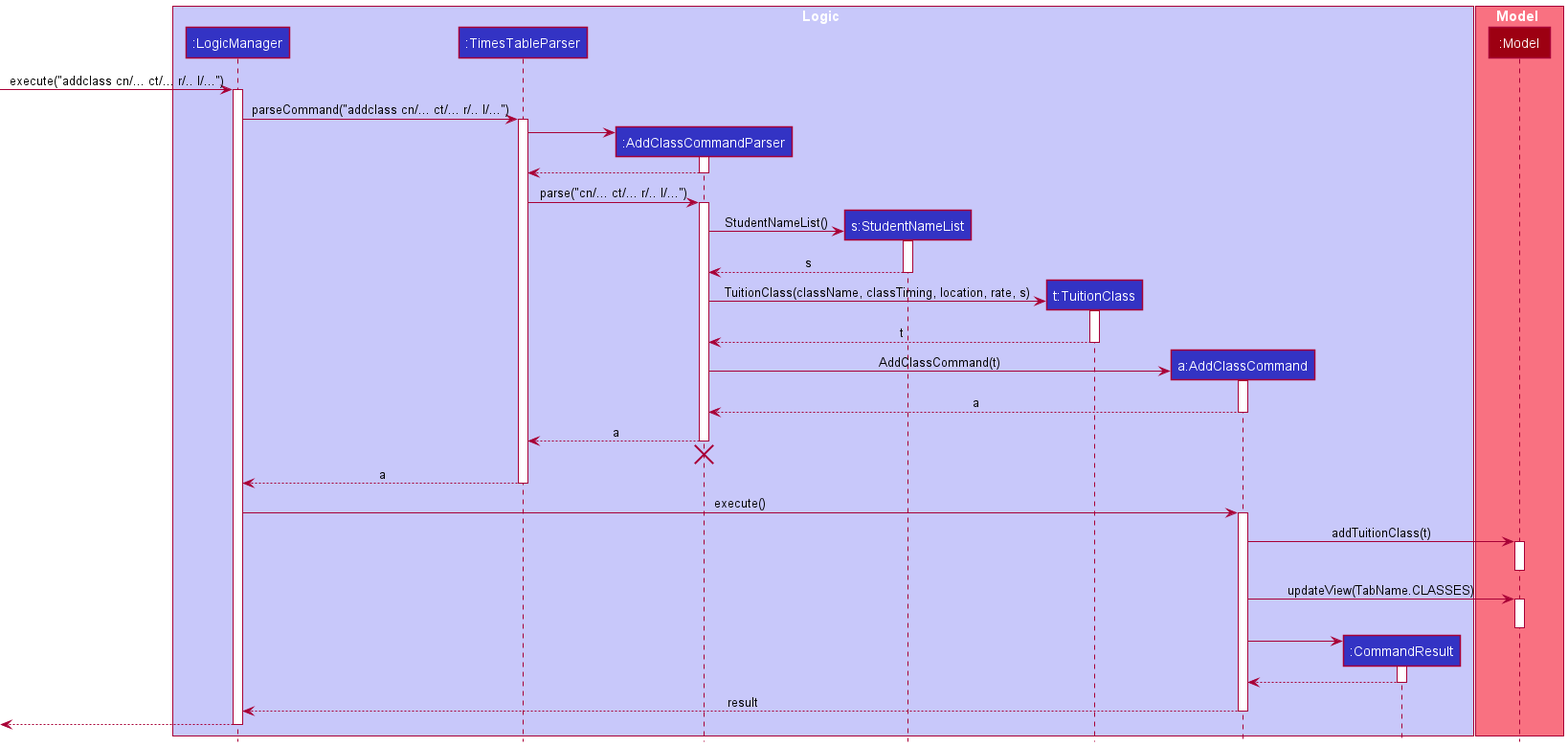
softmagnet/tp keeps this PlantUML diagram as docs/images/AddClassSequenceDiagram.png. Above is the earlier version.
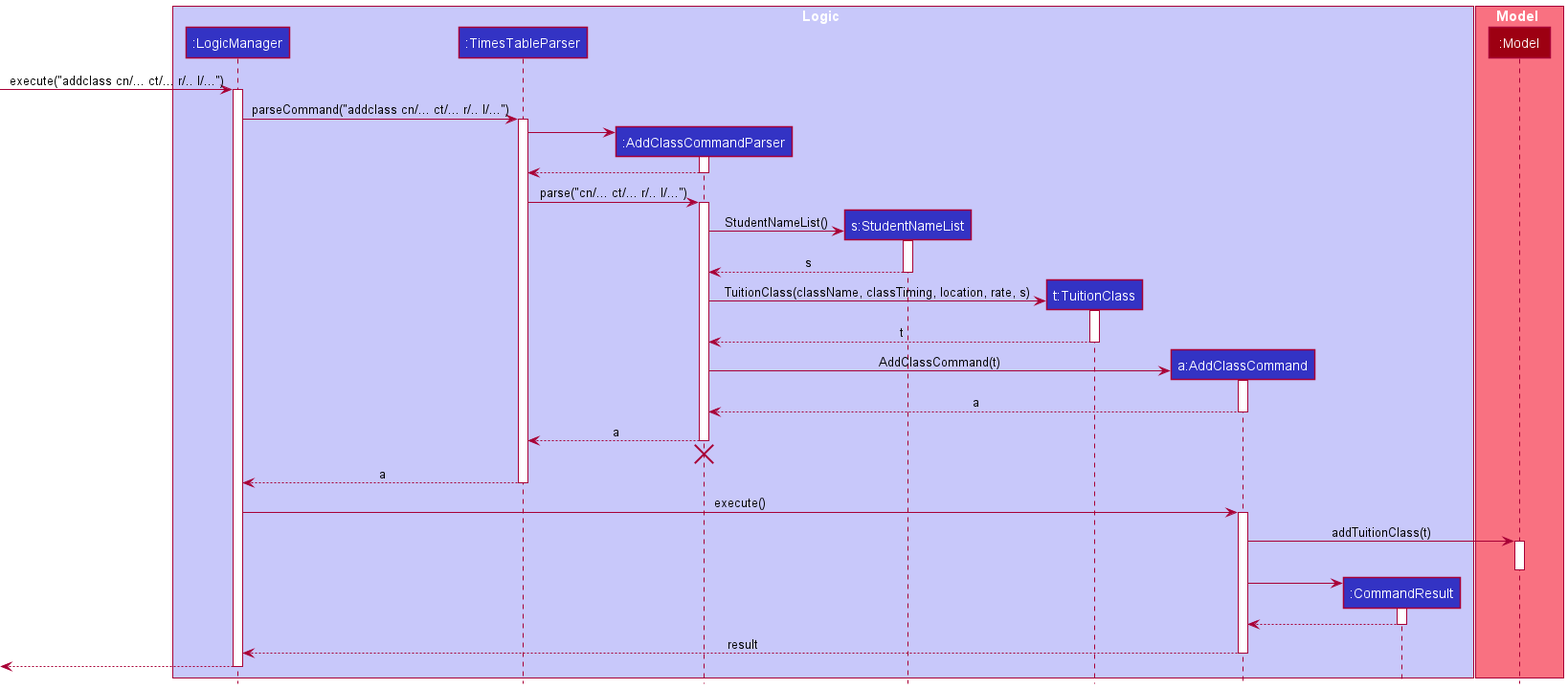
The same diagram one commit later.

Commit message:
Edit UML diagram of RemoveFromClass, DeleteClass and AddClass

Change to the diagram source:
```diff
@@ -67,9 +67,7 @@
 activate Model
 deactivate Model
 
-AddClassCommand -> Model : updateView(TabName.CLASSES)
-activate Model
-deactivate Model
+
 
 create CommandResult
 AddClassCommand -> CommandResult
```
